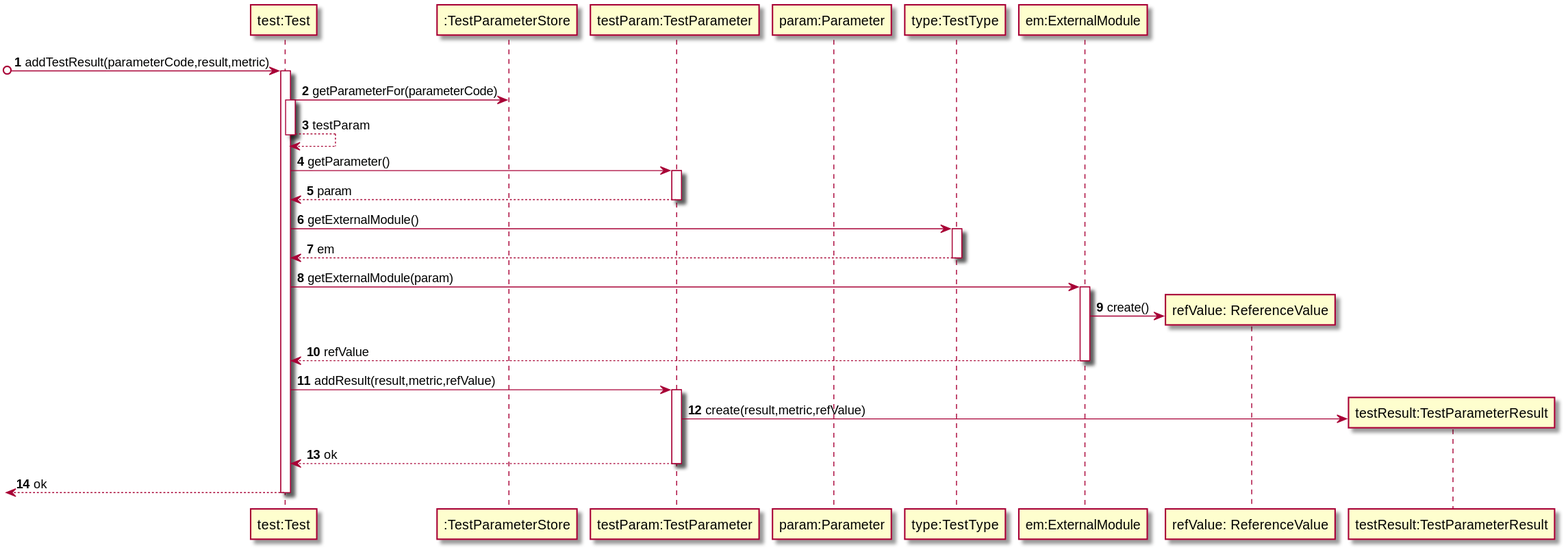
This is docs/SprintC/US12/SD_AddTestResult(parameterCode,result,metric).svg from MarianaCLages/LAPR2, a PlantUML export, as it was before one commit. Its diagram source:
```plantuml
@startuml

autonumber
participant "test:Test" as Test
participant ":TestParameterStore" as tpStore
participant "testParam:TestParameter" as TestPa
participant "param:Parameter" as Param
participant "type:TestType" as TestTy
participant "em:ExternalModule" as ExMod
participant "refValue: ReferenceValue" as RefVal
participant "testResult:TestParameterResult" as TestParamRes

[o-> Test: addTestResult(parameterCode,result,metric)
activate Test
Test -> tpStore: getParameterFor(parameterCode)
activate Test
Test --> Test: testParam
deactivate Test

Test -> TestPa: getParameter()
activate TestPa
TestPa --> Test: param
deactivate

Test -> TestTy: getExternalModule()
activate TestTy
TestTy --> Test: em
deactivate

Test -> ExMod: getExternalModule(param)
activate ExMod
ExMod -> RefVal**: create()
ExMod --> Test: refValue
deactivate

Test -> TestPa: addResult(result,metric,refValue)
activate TestPa
TestPa -> TestParamRes**: create(result,metric,refValue)
return ok
return ok

@enduml
```
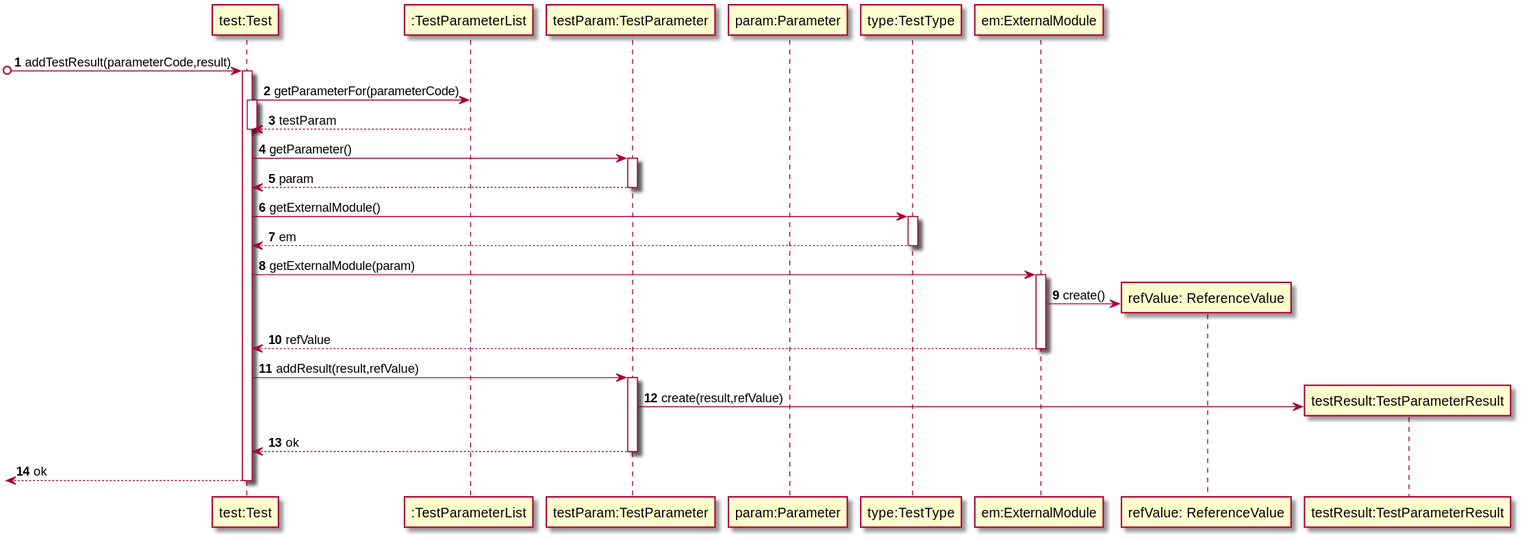
The same diagram one commit later.

What changed in the source:
```diff
@@ -2,7 +2,7 @@
 
 autonumber
 participant "test:Test" as Test
-participant ":TestParameterStore" as tpStore
+participant ":TestParameterList" as tpStore
 participant "testParam:TestParameter" as TestPa
 participant "param:Parameter" as Param
 participant "type:TestType" as TestTy
@@ -10,11 +10,12 @@
 participant "refValue: ReferenceValue" as RefVal
 participant "testResult:TestParameterResult" as TestParamRes
 
-[o-> Test: addTestResult(parameterCode,result,metric)
+[o-> Test: addTestResult(parameterCode,result)
+
 activate Test
 Test -> tpStore: getParameterFor(parameterCode)
 activate Test
-Test --> Test: testParam
+tpStore --> Test: testParam
 deactivate Test
 
 Test -> TestPa: getParameter()
@@ -33,9 +34,9 @@
 ExMod --> Test: refValue
 deactivate
 
-Test -> TestPa: addResult(result,metric,refValue)
+Test -> TestPa: addResult(result,refValue)
 activate TestPa
-TestPa -> TestParamRes**: create(result,metric,refValue)
+TestPa -> TestParamRes**: create(result,refValue)
 return ok
 return ok
 
```
